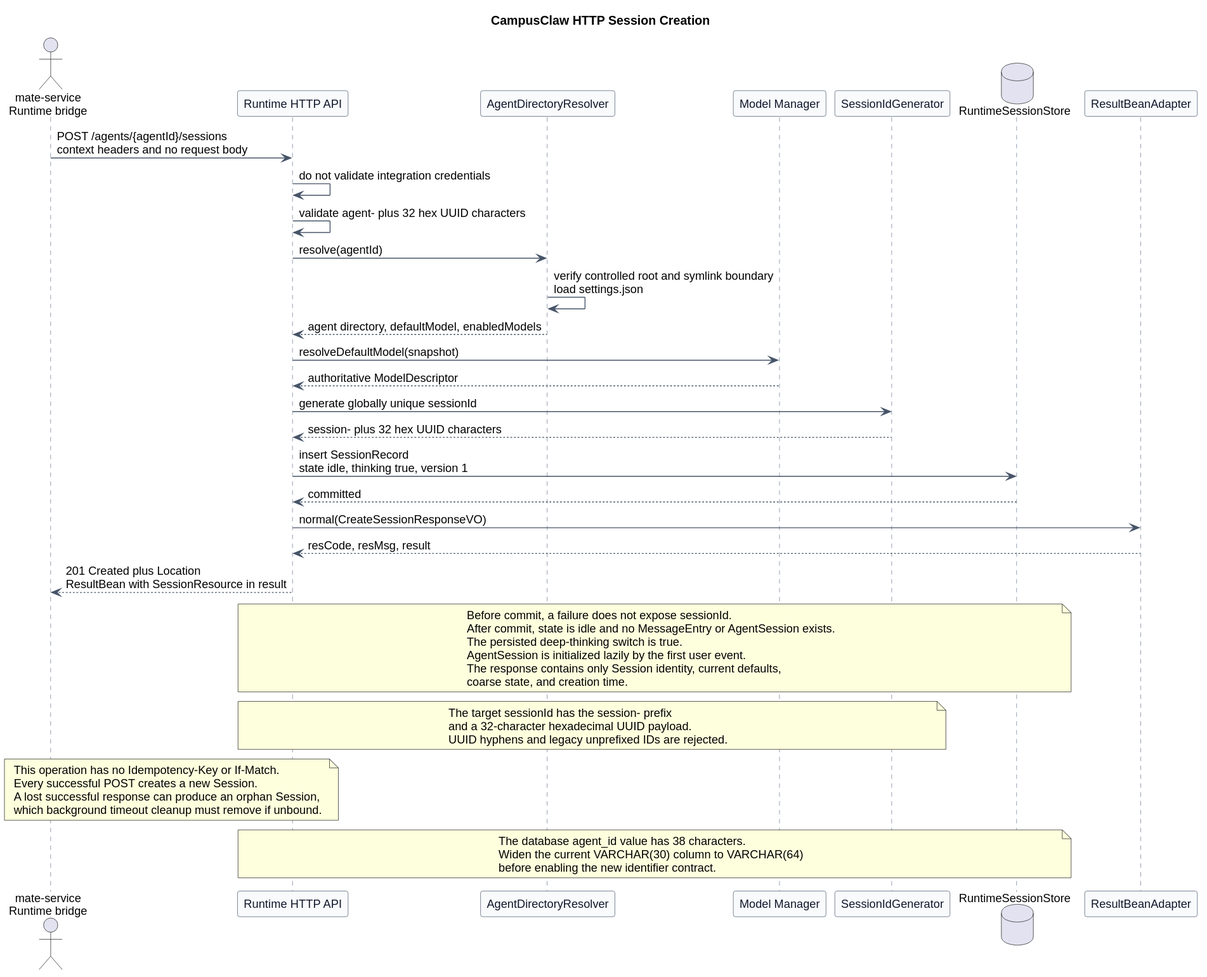
The PlantUML diagram pi-mono-java-manager-driven-multi-agent-runtime/diagrams/session-lifecycle/http_session_creation.svg in ssm0808/pi-mono-java-design, before a commit.
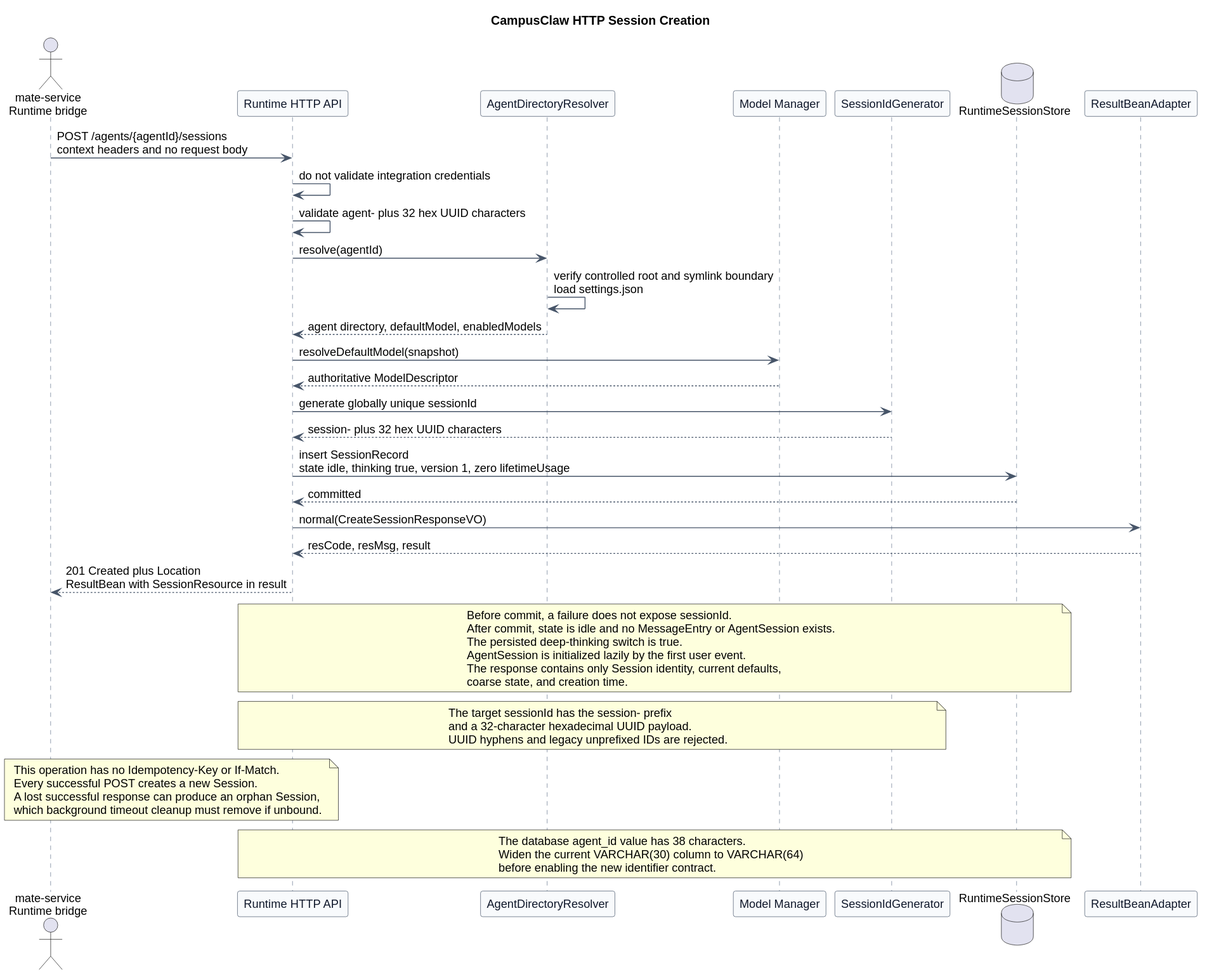
After the change.

What changed in the source:
```diff
@@ -37,7 +37,7 @@
 Models --> API : authoritative ModelDescriptor
 API -> Ids : generate globally unique sessionId
 Ids --> API : session- plus 32 hex UUID characters
-API -> Store : insert SessionRecord\nstate idle, thinking true, version 1
+API -> Store : insert SessionRecord\nstate idle, thinking true, version 1, zero lifetimeUsage
 Store --> API : committed
 API -> ResultAdapter : normal(CreateSessionResponseVO)
 ResultAdapter --> API : resCode, resMsg, result
```
